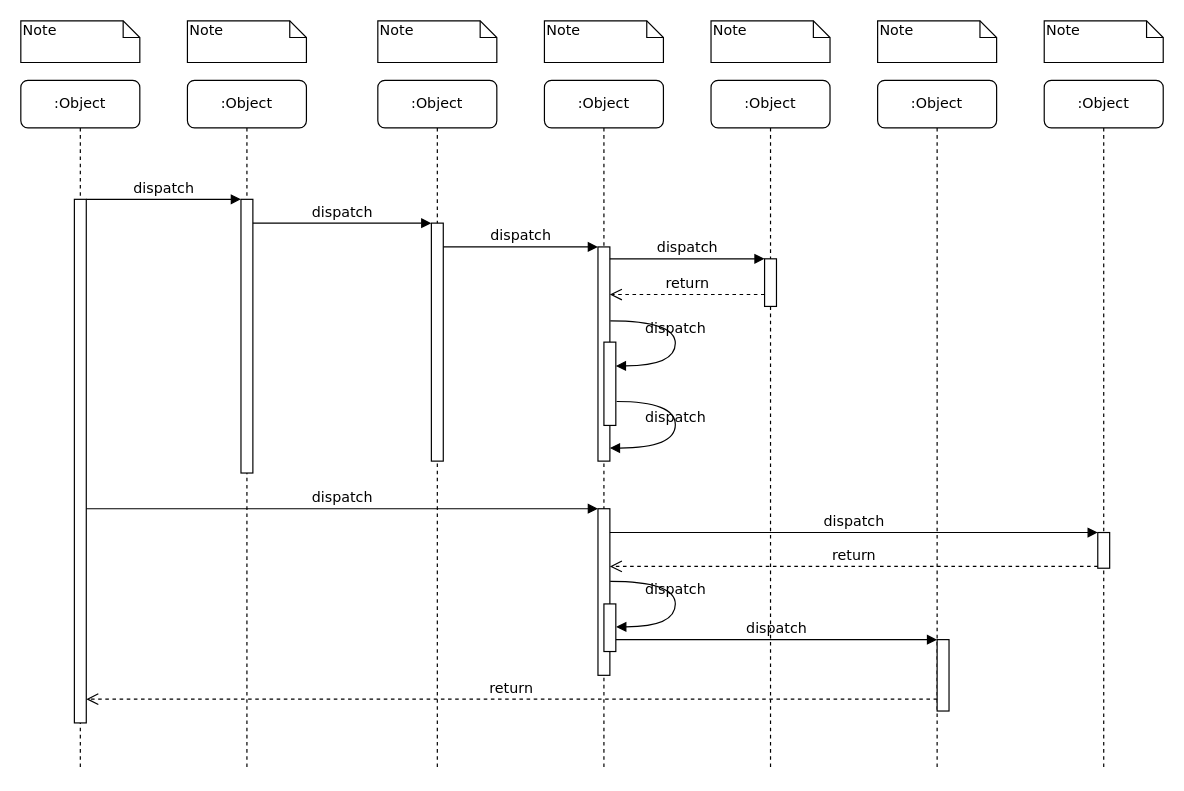
Before: CCndVal.drawio in MudBloodArchitekt/draw.io, a draw.io diagram. Source tidied: cells renumbered, new cells numbered last; positions are measured from the earlier drawing's top-left corner, leaving out a move shared by most shapes. Both pictures are drawn from the tidied source at 119%, with x=0, y=0 at pixel (20, 20).
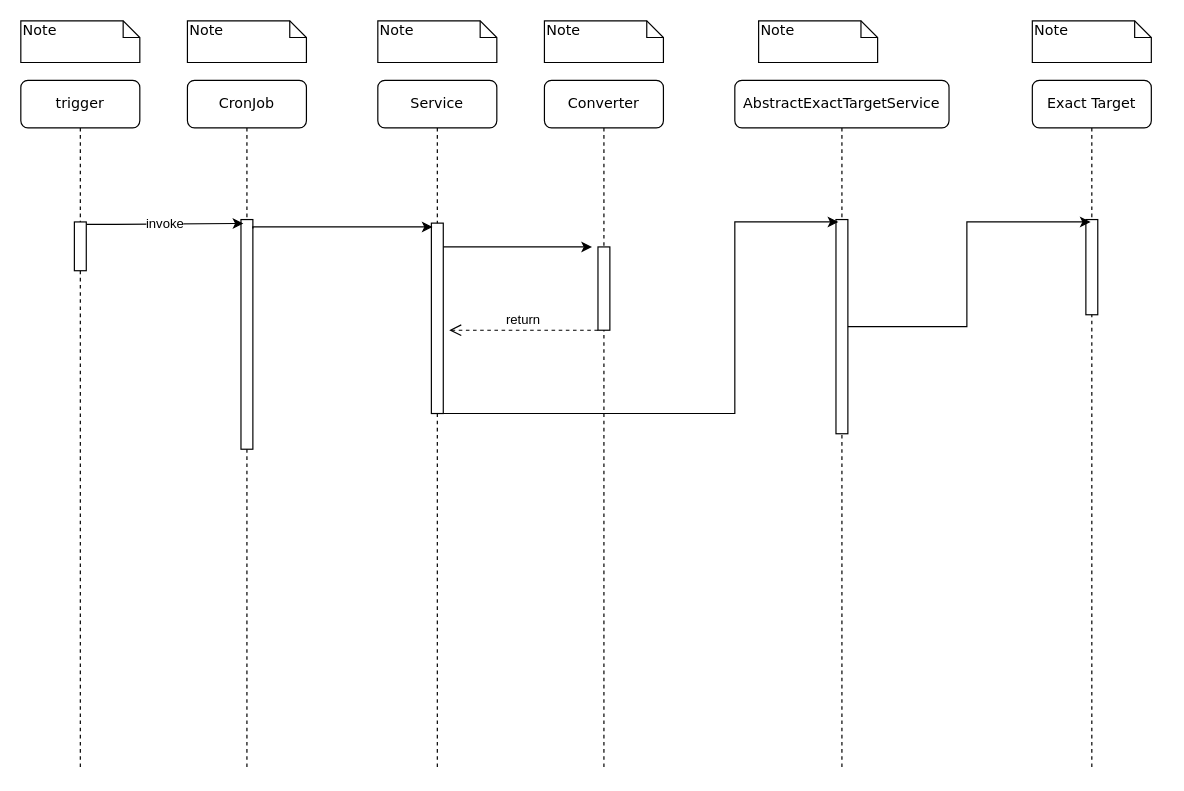
The same diagram, later.

The edit, as a diff of the source:
```diff
@@
-    <mxCell id="2" value=":Object" style="shape=umlLifeline;perimeter=lifelinePerimeter;whiteSpace=wrap;html=1;rounded=1;shadow=0;comic=0;labelBackgroundColor=none;strokeWidth=1;fontFamily=Verdana;fontSize=12;align=center;" parent="1" vertex="1">
+    <mxCell id="2" value="CronJob" style="shape=umlLifeline;perimeter=lifelinePerimeter;whiteSpace=wrap;html=1;rounded=1;shadow=0;comic=0;labelBackgroundColor=none;strokeWidth=1;fontFamily=Verdana;fontSize=12;align=center;" parent="1" vertex="1">
       <mxGeometry x="140" y="50" width="100" height="580" as="geometry" />
     </mxCell>
     <mxCell id="3" style="html=1;points=[];perimeter=orthogonalPerimeter;rounded=0;shadow=0;comic=0;labelBackgroundColor=none;strokeWidth=1;fontFamily=Verdana;fontSize=12;align=center;" parent="2" vertex="1">
-      <mxGeometry x="45" y="100" width="10" height="230" as="geometry" />
+      <mxGeometry x="45" y="117" width="10" height="193" as="geometry" />
     </mxCell>
-    <mxCell id="4" value=":Object" style="shape=umlLifeline;perimeter=lifelinePerimeter;whiteSpace=wrap;html=1;rounded=1;shadow=0;comic=0;labelBackgroundColor=none;strokeWidth=1;fontFamily=Verdana;fontSize=12;align=center;" parent="1" vertex="1">
+    <mxCell id="4" value="Service" style="shape=umlLifeline;perimeter=lifelinePerimeter;whiteSpace=wrap;html=1;rounded=1;shadow=0;comic=0;labelBackgroundColor=none;strokeWidth=1;fontFamily=Verdana;fontSize=12;align=center;" parent="1" vertex="1">
       <mxGeometry x="300" y="50" width="100" height="580" as="geometry" />
     </mxCell>
     <mxCell id="5" style="html=1;points=[];perimeter=orthogonalPerimeter;rounded=0;shadow=0;comic=0;labelBackgroundColor=none;strokeWidth=1;fontFamily=Verdana;fontSize=12;align=center;" parent="4" vertex="1">
-      <mxGeometry x="45" y="120" width="10" height="200" as="geometry" />
+      <mxGeometry x="45" y="120" width="10" height="160" as="geometry" />
     </mxCell>
-    <mxCell id="6" value=":Object" style="shape=umlLifeline;perimeter=lifelinePerimeter;whiteSpace=wrap;html=1;rounded=1;shadow=0;comic=0;labelBackgroundColor=none;strokeWidth=1;fontFamily=Verdana;fontSize=12;align=center;" parent="1" vertex="1">
+    <mxCell id="6" value="Converter" style="shape=umlLifeline;perimeter=lifelinePerimeter;whiteSpace=wrap;html=1;rounded=1;shadow=0;comic=0;labelBackgroundColor=none;strokeWidth=1;fontFamily=Verdana;fontSize=12;align=center;" parent="1" vertex="1">
       <mxGeometry x="440" y="50" width="100" height="580" as="geometry" />
     </mxCell>
-    <mxCell id="7" value=":Object" style="shape=umlLifeline;perimeter=lifelinePerimeter;whiteSpace=wrap;html=1;rounded=1;shadow=0;comic=0;labelBackgroundColor=none;strokeWidth=1;fontFamily=Verdana;fontSize=12;align=center;" parent="1" vertex="1">
-      <mxGeometry x="580" y="50" width="100" height="580" as="geometry" />
+    <mxCell id="7" value="AbstractExactTargetService" style="shape=umlLifeline;perimeter=lifelinePerimeter;whiteSpace=wrap;html=1;rounded=1;shadow=0;comic=0;labelBackgroundColor=none;strokeWidth=1;fontFamily=Verdana;fontSize=12;align=center;" parent="1" vertex="1">
+      <mxGeometry x="600" y="50" width="180" height="580" as="geometry" />
     </mxCell>
-    <mxCell id="8" value=":Object" style="shape=umlLifeline;perimeter=lifelinePerimeter;whiteSpace=wrap;html=1;rounded=1;shadow=0;comic=0;labelBackgroundColor=none;strokeWidth=1;fontFamily=Verdana;fontSize=12;align=center;" parent="1" vertex="1">
-      <mxGeometry x="720" y="50" width="100" height="580" as="geometry" />
-    </mxCell>
-    <mxCell id="9" value=":Object" style="shape=umlLifeline;perimeter=lifelinePerimeter;whiteSpace=wrap;html=1;rounded=1;shadow=0;comic=0;labelBackgroundColor=none;strokeWidth=1;fontFamily=Verdana;fontSize=12;align=center;" parent="1" vertex="1">
-      <mxGeometry x="860" y="50" width="100" height="580" as="geometry" />
-    </mxCell>
+    <mxCell id="39" style="html=1;points=[];perimeter=orthogonalPerimeter;rounded=0;shadow=0;comic=0;labelBackgroundColor=none;strokeWidth=1;fontFamily=Verdana;fontSize=12;align=center;" parent="7" vertex="1">
+      <mxGeometry x="85" y="117" width="10" height="180" as="geometry" />
+    </mxCell>
-    <mxCell id="10" value=":Object" style="shape=umlLifeline;perimeter=lifelinePerimeter;whiteSpace=wrap;html=1;rounded=1;shadow=0;comic=0;labelBackgroundColor=none;strokeWidth=1;fontFamily=Verdana;fontSize=12;align=center;" parent="1" vertex="1">
+    <mxCell id="10" value="trigger" style="shape=umlLifeline;perimeter=lifelinePerimeter;whiteSpace=wrap;html=1;rounded=1;shadow=0;comic=0;labelBackgroundColor=none;strokeWidth=1;fontFamily=Verdana;fontSize=12;align=center;" parent="1" vertex="1">
       <mxGeometry y="50" width="100" height="580" as="geometry" />
     </mxCell>
     <mxCell id="11" style="html=1;points=[];perimeter=orthogonalPerimeter;rounded=0;shadow=0;comic=0;labelBackgroundColor=none;strokeWidth=1;fontFamily=Verdana;fontSize=12;align=center;" parent="10" vertex="1">
-      <mxGeometry x="45" y="100" width="10" height="440" as="geometry" />
+      <mxGeometry x="45" y="119" width="10" height="41" as="geometry" />
     </mxCell>
     <mxCell id="12" style="html=1;points=[];perimeter=orthogonalPerimeter;rounded=0;shadow=0;comic=0;labelBackgroundColor=none;strokeWidth=1;fontFamily=Verdana;fontSize=12;align=center;" parent="1" vertex="1">
-      <mxGeometry x="485" y="190" width="10" height="180" as="geometry" />
+      <mxGeometry x="485" y="190" width="10" height="70" as="geometry" />
     </mxCell>
-    <mxCell id="13" value="dispatch" style="html=1;verticalAlign=bottom;endArrow=block;labelBackgroundColor=none;fontFamily=Verdana;fontSize=12;edgeStyle=elbowEdgeStyle;elbow=vertical;" parent="1" edge="1" source="5" target="12">
-      <mxGeometry relative="1" as="geometry">
-        <Array as="points">
-          <mxPoint x="360" y="190" />
-        </Array>
-      </mxGeometry>
-    </mxCell>
-    <mxCell id="14" style="html=1;points=[];perimeter=orthogonalPerimeter;rounded=0;shadow=0;comic=0;labelBackgroundColor=none;strokeWidth=1;fontFamily=Verdana;fontSize=12;align=center;" parent="1" vertex="1">
-      <mxGeometry x="625" y="200" width="10" height="40" as="geometry" />
-    </mxCell>
-    <mxCell id="15" value="dispatch" style="html=1;verticalAlign=bottom;endArrow=block;entryX=0;entryY=0;labelBackgroundColor=none;fontFamily=Verdana;fontSize=12;edgeStyle=elbowEdgeStyle;elbow=vertical;" parent="1" edge="1" source="12" target="14">
-      <mxGeometry relative="1" as="geometry" />
-    </mxCell>
-    <mxCell id="16" value="return" style="html=1;verticalAlign=bottom;endArrow=open;dashed=1;endSize=8;labelBackgroundColor=none;fontFamily=Verdana;fontSize=12;edgeStyle=elbowEdgeStyle;elbow=vertical;" parent="1" edge="1" source="14" target="12">
-      <mxGeometry relative="1" as="geometry">
-        <Array as="points">
-          <mxPoint x="570" y="230" />
-          <mxPoint x="600" y="230" />
-        </Array>
-      </mxGeometry>
-    </mxCell>
-    <mxCell id="17" style="html=1;points=[];perimeter=orthogonalPerimeter;rounded=0;shadow=0;comic=0;labelBackgroundColor=none;strokeWidth=1;fontFamily=Verdana;fontSize=12;align=center;" parent="1" vertex="1">
-      <mxGeometry x="485" y="410" width="10" height="140" as="geometry" />
-    </mxCell>
-    <mxCell id="18" value="dispatch" style="html=1;verticalAlign=bottom;endArrow=block;entryX=0;entryY=0;labelBackgroundColor=none;fontFamily=Verdana;fontSize=12;" parent="1" edge="1" source="11" target="17">
-      <mxGeometry relative="1" as="geometry" />
-    </mxCell>
-    <mxCell id="19" style="html=1;points=[];perimeter=orthogonalPerimeter;rounded=0;shadow=0;comic=0;labelBackgroundColor=none;strokeColor=#000000;strokeWidth=1;fillColor=#FFFFFF;fontFamily=Verdana;fontSize=12;fontColor=#000000;align=center;" parent="1" vertex="1">
-      <mxGeometry x="905" y="430" width="10" height="30" as="geometry" />
-    </mxCell>
-    <mxCell id="20" value="dispatch" style="html=1;verticalAlign=bottom;endArrow=block;entryX=0;entryY=0;labelBackgroundColor=none;fontFamily=Verdana;fontSize=12;" parent="1" edge="1" source="17" target="19">
-      <mxGeometry relative="1" as="geometry" />
-    </mxCell>
-    <mxCell id="21" value="return" style="html=1;verticalAlign=bottom;endArrow=open;dashed=1;endSize=8;exitX=0;exitY=0.95;labelBackgroundColor=none;fontFamily=Verdana;fontSize=12;" parent="1" edge="1" source="19" target="17">
-      <mxGeometry relative="1" as="geometry" />
-    </mxCell>
-    <mxCell id="22" style="html=1;points=[];perimeter=orthogonalPerimeter;rounded=0;shadow=0;comic=0;labelBackgroundColor=none;strokeWidth=1;fontFamily=Verdana;fontSize=12;align=center;" parent="1" vertex="1">
-      <mxGeometry x="770" y="520" width="10" height="60" as="geometry" />
-    </mxCell>
-    <mxCell id="23" value="dispatch" style="html=1;verticalAlign=bottom;endArrow=block;entryX=0;entryY=0;labelBackgroundColor=none;fontFamily=Verdana;fontSize=12;edgeStyle=elbowEdgeStyle;elbow=vertical;" parent="1" edge="1" source="30" target="22">
-      <mxGeometry relative="1" as="geometry" />
-    </mxCell>
-    <mxCell id="24" value="return" style="html=1;verticalAlign=bottom;endArrow=open;dashed=1;endSize=8;labelBackgroundColor=none;fontFamily=Verdana;fontSize=12;edgeStyle=elbowEdgeStyle;elbow=vertical;" parent="1" edge="1" source="22" target="11">
-      <mxGeometry relative="1" as="geometry">
-        <Array as="points">
-          <mxPoint x="470" y="570" />
-        </Array>
-      </mxGeometry>
-    </mxCell>
-    <mxCell id="25" value="dispatch" style="html=1;verticalAlign=bottom;endArrow=block;entryX=0;entryY=0;labelBackgroundColor=none;fontFamily=Verdana;fontSize=12;edgeStyle=elbowEdgeStyle;elbow=vertical;" parent="1" edge="1" source="11" target="3">
-      <mxGeometry relative="1" as="geometry" />
-    </mxCell>
-    <mxCell id="26" value="dispatch" style="html=1;verticalAlign=bottom;endArrow=block;entryX=0;entryY=0;labelBackgroundColor=none;fontFamily=Verdana;fontSize=12;edgeStyle=elbowEdgeStyle;elbow=vertical;" parent="1" edge="1" source="3" target="5">
-      <mxGeometry relative="1" as="geometry" />
-    </mxCell>
-    <mxCell id="27" style="html=1;points=[];perimeter=orthogonalPerimeter;rounded=0;shadow=0;comic=0;labelBackgroundColor=none;strokeWidth=1;fontFamily=Verdana;fontSize=12;align=center;" parent="1" vertex="1">
-      <mxGeometry x="490" y="270" width="10" height="70" as="geometry" />
-    </mxCell>
-    <mxCell id="28" value="dispatch" style="html=1;verticalAlign=bottom;endArrow=block;labelBackgroundColor=none;fontFamily=Verdana;fontSize=12;elbow=vertical;edgeStyle=orthogonalEdgeStyle;curved=1;entryX=1;entryY=0.286;entryPerimeter=0;exitX=1.038;exitY=0.345;exitPerimeter=0;" parent="1" edge="1" source="12" target="27">
-      <mxGeometry relative="1" as="geometry">
-        <Array as="points">
-          <mxPoint x="550" y="252" />
-          <mxPoint x="550" y="290" />
-        </Array>
-      </mxGeometry>
-    </mxCell>
-    <mxCell id="29" value="dispatch" style="html=1;verticalAlign=bottom;endArrow=block;labelBackgroundColor=none;fontFamily=Verdana;fontSize=12;elbow=vertical;edgeStyle=orthogonalEdgeStyle;curved=1;exitX=1.066;exitY=0.713;exitPerimeter=0;" parent="1" edge="1" source="27">
-      <mxGeometry relative="1" as="geometry">
-        <mxPoint x="495" y="359" as="targetPoint" />
-        <Array as="points">
-          <mxPoint x="550" y="320" />
-          <mxPoint x="550" y="359" />
-        </Array>
-      </mxGeometry>
-    </mxCell>
-    <mxCell id="30" style="html=1;points=[];perimeter=orthogonalPerimeter;rounded=0;shadow=0;comic=0;labelBackgroundColor=none;strokeWidth=1;fontFamily=Verdana;fontSize=12;align=center;" parent="1" vertex="1">
-      <mxGeometry x="490" y="490" width="10" height="40" as="geometry" />
-    </mxCell>
-    <mxCell id="31" value="dispatch" style="html=1;verticalAlign=bottom;endArrow=block;labelBackgroundColor=none;fontFamily=Verdana;fontSize=12;elbow=vertical;edgeStyle=orthogonalEdgeStyle;curved=1;entryX=1;entryY=0.286;entryPerimeter=0;exitX=1.038;exitY=0.345;exitPerimeter=0;" parent="1" edge="1">
-      <mxGeometry relative="1" as="geometry">
-        <mxPoint x="495.3" y="471" as="sourcePoint" />
-        <mxPoint x="500.3" y="509.3" as="targetPoint" />
-        <Array as="points">
-          <mxPoint x="550" y="471" />
-          <mxPoint x="550" y="509" />
-        </Array>
-      </mxGeometry>
-    </mxCell>
@@
     <mxCell id="36" value="Note" style="shape=note;whiteSpace=wrap;html=1;size=14;verticalAlign=top;align=left;spacingTop=-6;rounded=0;shadow=0;comic=0;labelBackgroundColor=none;strokeWidth=1;fontFamily=Verdana;fontSize=12;" parent="1" vertex="1">
-      <mxGeometry x="580" width="100" height="35" as="geometry" />
+      <mxGeometry x="620" width="100" height="35" as="geometry" />
     </mxCell>
-    <mxCell id="37" value="Note" style="shape=note;whiteSpace=wrap;html=1;size=14;verticalAlign=top;align=left;spacingTop=-6;rounded=0;shadow=0;comic=0;labelBackgroundColor=none;strokeWidth=1;fontFamily=Verdana;fontSize=12;" parent="1" vertex="1">
-      <mxGeometry x="720" width="100" height="35" as="geometry" />
-    </mxCell>
-    <mxCell id="38" value="Note" style="shape=note;whiteSpace=wrap;html=1;size=14;verticalAlign=top;align=left;spacingTop=-6;rounded=0;shadow=0;comic=0;labelBackgroundColor=none;strokeWidth=1;fontFamily=Verdana;fontSize=12;" parent="1" vertex="1">
-      <mxGeometry x="860" width="100" height="35" as="geometry" />
-    </mxCell>
+    <mxCell id="40" value="Exact Target" style="shape=umlLifeline;perimeter=lifelinePerimeter;whiteSpace=wrap;html=1;rounded=1;shadow=0;comic=0;labelBackgroundColor=none;strokeWidth=1;fontFamily=Verdana;fontSize=12;align=center;" parent="1" vertex="1">
+      <mxGeometry x="850" y="50" width="100" height="580" as="geometry" />
+    </mxCell>
+    <mxCell id="41" style="html=1;points=[];perimeter=orthogonalPerimeter;rounded=0;shadow=0;comic=0;labelBackgroundColor=none;strokeWidth=1;fontFamily=Verdana;fontSize=12;align=center;" parent="40" vertex="1">
+      <mxGeometry x="45" y="117" width="10" height="80" as="geometry" />
+    </mxCell>
+    <mxCell id="42" value="Note" style="shape=note;whiteSpace=wrap;html=1;size=14;verticalAlign=top;align=left;spacingTop=-6;rounded=0;shadow=0;comic=0;labelBackgroundColor=none;strokeWidth=1;fontFamily=Verdana;fontSize=12;" parent="1" vertex="1">
+      <mxGeometry x="850" width="100" height="35" as="geometry" />
+    </mxCell>
+    <mxCell id="25" style="edgeStyle=orthogonalEdgeStyle;rounded=0;jettySize=auto;html=1;entryX=0.2;entryY=0.017;entryDx=0;entryDy=0;entryPerimeter=0;" parent="1" edge="1" source="11" target="3">
+      <mxGeometry relative="1" as="geometry">
+        <Array as="points">
+          <mxPoint x="80" y="171" />
+          <mxPoint x="80" y="171" />
+        </Array>
+      </mxGeometry>
+    </mxCell>
+    <mxCell id="43" value="&lt;div&gt;invoke&lt;/div&gt;" style="edgeLabel;html=1;align=center;verticalAlign=middle;" parent="25" vertex="1">
+      <mxGeometry relative="1" as="geometry" />
+    </mxCell>
+    <mxCell id="44" style="edgeStyle=orthogonalEdgeStyle;rounded=0;orthogonalLoop=1;jettySize=auto;html=1;" parent="1" edge="1">
+      <mxGeometry relative="1" as="geometry">
+        <mxPoint x="355" y="190" as="sourcePoint" />
+        <mxPoint x="480" y="190" as="targetPoint" />
+        <Array as="points">
+          <mxPoint x="450" y="190" />
+          <mxPoint x="450" y="190" />
+        </Array>
+      </mxGeometry>
+    </mxCell>
+    <mxCell id="45" style="edgeStyle=orthogonalEdgeStyle;rounded=0;jettySize=auto;html=1;entryX=0.1;entryY=0.02;entryDx=0;entryDy=0;entryPerimeter=0;" parent="1" edge="1" target="5">
+      <mxGeometry relative="1" as="geometry">
+        <mxPoint x="195" y="174.5" as="sourcePoint" />
+        <Array as="points">
+          <mxPoint x="195" y="173" />
+        </Array>
+      </mxGeometry>
+    </mxCell>
+    <mxCell id="46" style="edgeStyle=orthogonalEdgeStyle;rounded=0;jettySize=auto;html=1;entryX=0.2;entryY=0.011;entryDx=0;entryDy=0;entryPerimeter=0;" parent="1" edge="1" source="5" target="39">
+      <mxGeometry relative="1" as="geometry">
+        <Array as="points">
+          <mxPoint x="600" y="330" />
+          <mxPoint x="600" y="169" />
+        </Array>
+      </mxGeometry>
+    </mxCell>
+    <mxCell id="47" style="edgeStyle=orthogonalEdgeStyle;rounded=0;jettySize=auto;html=1;entryX=0.4;entryY=0.025;entryDx=0;entryDy=0;entryPerimeter=0;" parent="1" edge="1" source="39" target="41">
+      <mxGeometry relative="1" as="geometry" />
+    </mxCell>
+    <mxCell id="48" value="return" style="html=1;verticalAlign=bottom;endArrow=open;dashed=1;endSize=8;rounded=0;" parent="1" edge="1">
+      <mxGeometry relative="1" as="geometry">
+        <mxPoint x="485" y="260" as="sourcePoint" />
+        <mxPoint x="360" y="260" as="targetPoint" />
+      </mxGeometry>
+    </mxCell>
```
